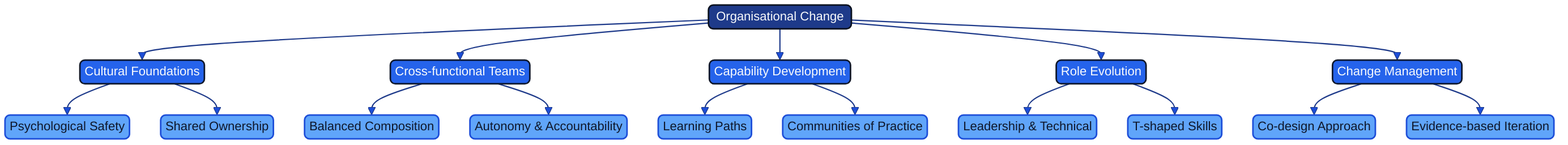
Before: docs/images/mindmap_17_organization.png, a diagram exported from Mermaid (Geonitab/architecture_as_code). Its source is kept beside it as docs/images/mindmap_17_organization.mmd.
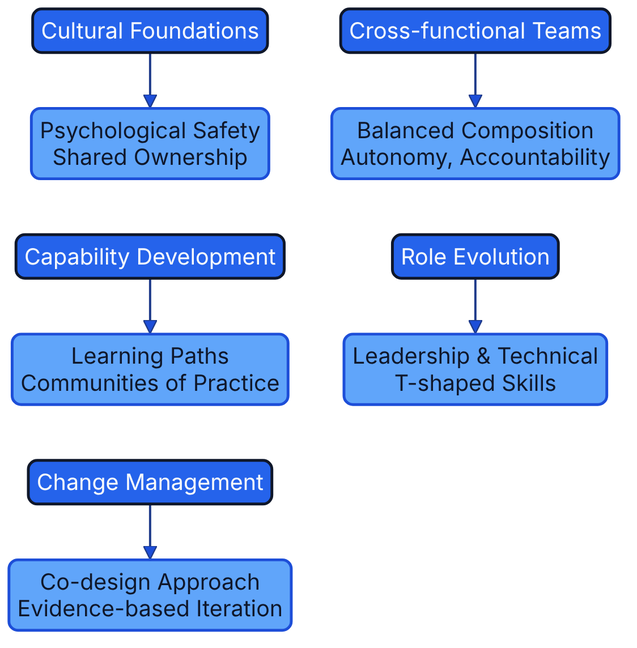
The same diagram one commit later.

The edit, as a diff of the source:
```diff
@@ -1,17 +1,9 @@
-graph TD
-    ROOT(["Organisational Change"]):::geon-primary
-    ROOT --> CF["Cultural Foundations"]:::geon-accent
-    ROOT --> CT["Cross-functional Teams"]:::geon-accent
-    ROOT --> CD["Capability Development"]:::geon-accent
-    ROOT --> RE["Role Evolution"]:::geon-accent
-    ROOT --> CM["Change Management"]:::geon-accent
-    CF --> CF1["Psychological Safety"]:::geon-highlight
-    CF --> CF2["Shared Ownership"]:::geon-highlight
-    CT --> CT1["Balanced Composition"]:::geon-highlight
-    CT --> CT2["Autonomy & Accountability"]:::geon-highlight
-    CD --> CD1["Learning Paths"]:::geon-highlight
-    CD --> CD2["Communities of Practice"]:::geon-highlight
-    RE --> RE1["Leadership & Technical"]:::geon-highlight
-    RE --> RE2["T-shaped Skills"]:::geon-highlight
-    CM --> CM1["Co-design Approach"]:::geon-highlight
-    CM --> CM2["Evidence-based Iteration"]:::geon-highlight
+flowchart TB
+    B0["Cultural Foundations"]:::geon-accent --> L0["Psychological Safety<br/>Shared Ownership"]:::geon-highlight
+    B1["Cross-functional Teams"]:::geon-accent --> L1["Balanced Composition<br/>Autonomy, Accountability"]:::geon-highlight
+    B2["Capability Development"]:::geon-accent --> L2["Learning Paths<br/>Communities of Practice"]:::geon-highlight
+    B3["Role Evolution"]:::geon-accent --> L3["Leadership & Technical<br/>T-shaped Skills"]:::geon-highlight
+    B4["Change Management"]:::geon-accent --> L4["Co-design Approach<br/>Evidence-based Iteration"]:::geon-highlight
+    L0 ~~~ B2
+    L2 ~~~ B4
+    L1 ~~~ B3
```
